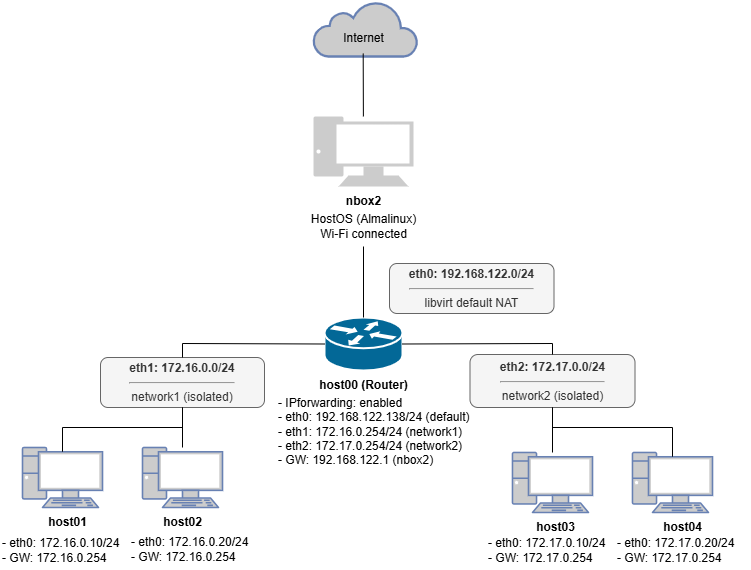
Earlier version of the draw.io export architecture/network-diagram.drawio.png (haru186f/kvm-network-lab). Source tidied: cells renumbered, new cells last; positions are measured from the earlier drawing's top-left corner, leaving out a move shared by most shapes.
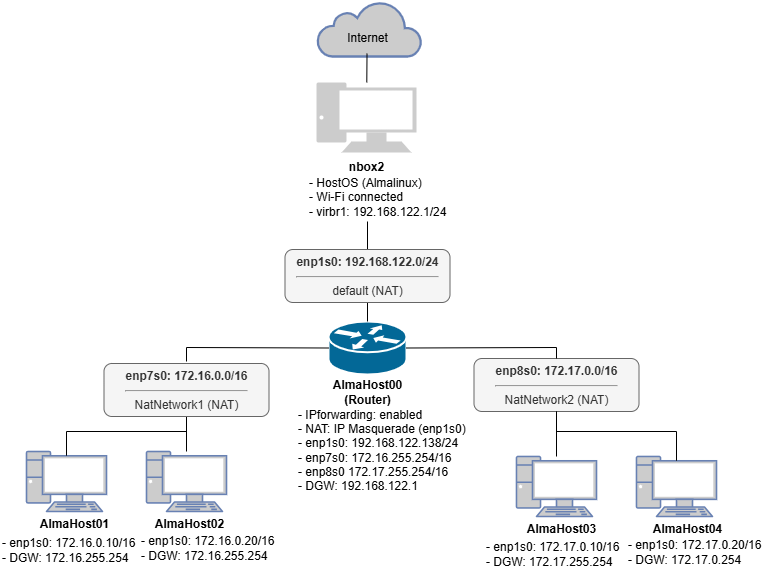
Later version of the same file.

Diff of the diagram source:
```diff
@@ -5,20 +5,15 @@
     <mxCell id="2" style="shape=mxgraph.cisco.routers.router;html=1;dashed=0;fillColor=#036897;strokeColor=#ffffff;strokeWidth=2;verticalLabelPosition=bottom;verticalAlign=top;align=center;outlineConnect=0;" parent="1" vertex="1">
       <mxGeometry x="324" y="316" width="78" height="53" as="geometry" />
     </mxCell>
-    <mxCell id="3" value="&lt;b&gt;host00 (Router)&lt;br&gt;&lt;/b&gt;" style="text;html=1;align=center;verticalAlign=middle;strokeColor=none;fillColor=none;" parent="1" vertex="1">
-      <mxGeometry x="308" y="369" width="110" height="30" as="geometry" />
+    <mxCell id="3" value="&lt;b&gt;AlmaHost00&lt;br&gt;(Router)&lt;br&gt;&lt;/b&gt;" style="text;html=1;align=center;verticalAlign=middle;strokeColor=none;fillColor=none;" parent="1" vertex="1">
+      <mxGeometry x="319.5" y="366" width="87" height="41" as="geometry" />
     </mxCell>
-    <mxCell id="4" value="&lt;b&gt;eth0: 192.168.122.0/24&lt;br&gt;&lt;/b&gt;&lt;hr&gt;libvirt default NAT" style="rounded=1;whiteSpace=wrap;html=1;fillStyle=auto;fillColor=#f5f5f5;fontColor=#333333;strokeColor=#666666;gradientColor=none;align=center;" parent="1" vertex="1">
-      <mxGeometry x="389" y="262" width="164.5" height="50" as="geometry" />
-    </mxCell>
-    <mxCell id="5" value="&lt;b&gt;eth1: 172.16.0.0/24&lt;br&gt;&lt;/b&gt;&lt;hr&gt;network1 (isolated)" style="rounded=1;whiteSpace=wrap;html=1;fillColor=#f5f5f5;fontColor=#333333;strokeColor=#666666;verticalAlign=middle;" parent="1" vertex="1">
-      <mxGeometry x="100" y="356" width="164" height="50" as="geometry" />
-    </mxCell>
-    <mxCell id="6" value="&lt;b&gt;eth2: 172.17.0.0/24&lt;/b&gt;&lt;div&gt;&lt;hr&gt;network2 (isolated)&lt;/div&gt;" style="rounded=1;whiteSpace=wrap;html=1;fillColor=#f5f5f5;fontColor=#333333;strokeColor=#666666;" parent="1" vertex="1">
+    <mxCell id="6" value="&lt;b&gt;enp8s0: 172.17.0.0/16&lt;/b&gt;&lt;div&gt;&lt;hr&gt;NatNetwork2 (NAT)&lt;/div&gt;" style="rounded=1;whiteSpace=wrap;html=1;fillColor=#f5f5f5;fontColor=#333333;strokeColor=#666666;" parent="1" vertex="1">
       <mxGeometry x="469.5" y="353" width="165" height="53" as="geometry" />
     </mxCell>
-    <mxCell id="7" style="endArrow=none;html=1;entryX=0;entryY=0.5;entryDx=0;entryDy=0;entryPerimeter=0;exitX=0.5;exitY=0;exitDx=0;exitDy=0;rounded=0;curved=0;" parent="1" edge="1" source="5" target="2">
+    <mxCell id="7" style="endArrow=none;html=1;entryX=0;entryY=0.5;entryDx=0;entryDy=0;entryPerimeter=0;exitX=0.5;exitY=0;exitDx=0;exitDy=0;rounded=0;curved=0;" parent="1" edge="1" target="2">
       <mxGeometry relative="1" as="geometry">
+        <mxPoint x="182" y="356" as="sourcePoint" />
         <Array as="points">
           <mxPoint x="182" y="342" />
         </Array>
@@ -37,16 +32,19 @@
     <mxCell id="10" style="fontColor=#0066CC;verticalAlign=top;verticalLabelPosition=bottom;labelPosition=center;align=center;html=1;outlineConnect=0;fillColor=#CCCCCC;strokeColor=#6881B3;gradientColor=none;gradientDirection=north;strokeWidth=2;shape=mxgraph.networks.pc;" parent="1" vertex="1">
       <mxGeometry x="142" y="446" width="80" height="60" as="geometry" />
     </mxCell>
-    <mxCell id="11" style="endArrow=none;html=1;entryX=0.5;entryY=1;entryDx=0;entryDy=0;exitX=0.5;exitY=0.07;exitDx=0;exitDy=0;exitPerimeter=0;rounded=0;curved=0;" parent="1" edge="1" source="9" target="5">
+    <mxCell id="11" style="endArrow=none;html=1;entryX=0.5;entryY=1;entryDx=0;entryDy=0;exitX=0.5;exitY=0.07;exitDx=0;exitDy=0;exitPerimeter=0;rounded=0;curved=0;" parent="1" edge="1" source="9">
       <mxGeometry relative="1" as="geometry">
+        <mxPoint x="182" y="406" as="targetPoint" />
         <Array as="points">
           <mxPoint x="62" y="426" />
           <mxPoint x="182" y="426" />
         </Array>
       </mxGeometry>
     </mxCell>
-    <mxCell id="12" style="endArrow=none;html=1;entryX=0.5;entryY=1;entryDx=0;entryDy=0;" parent="1" edge="1" source="10" target="5">
-      <mxGeometry relative="1" as="geometry" />
+    <mxCell id="12" style="endArrow=none;html=1;entryX=0.5;entryY=1;entryDx=0;entryDy=0;" parent="1" edge="1" source="10">
+      <mxGeometry relative="1" as="geometry">
+        <mxPoint x="182" y="406" as="targetPoint" />
+      </mxGeometry>
     </mxCell>
     <mxCell id="13" style="fontColor=#0066CC;verticalAlign=top;verticalLabelPosition=bottom;labelPosition=center;align=center;html=1;outlineConnect=0;fillColor=#CCCCCC;strokeColor=#6881B3;gradientColor=none;gradientDirection=north;strokeWidth=2;shape=mxgraph.networks.pc;" parent="1" vertex="1">
       <mxGeometry x="512" y="451" width="80" height="60" as="geometry" />
@@ -66,7 +64,7 @@
       </mxGeometry>
     </mxCell>
     <mxCell id="17" style="group;" parent="1" vertex="1">
-      <mxGeometry x="313" width="104" height="55" as="geometry" />
+      <mxGeometry x="313" y="-4" width="104" height="55" as="geometry" />
     </mxCell>
     <mxCell id="18" style="html=1;fillColor=#CCCCCC;strokeColor=#6881B3;gradientColor=none;gradientDirection=north;strokeWidth=2;shape=mxgraph.networks.cloud;fontColor=#ffffff;" parent="17" vertex="1">
       <mxGeometry width="104" height="55" as="geometry" />
@@ -75,10 +73,10 @@
       <mxGeometry x="19.6" y="22" width="60" height="30" as="geometry" />
     </mxCell>
     <mxCell id="20" style="group;" parent="1" vertex="1">
-      <mxGeometry x="298" y="115" width="130" height="130" as="geometry" />
+      <mxGeometry x="297" y="77" width="162" height="140" as="geometry" />
     </mxCell>
     <mxCell id="21" style="group;" parent="20" vertex="1">
-      <mxGeometry x="15" width="115" height="130" as="geometry" />
+      <mxGeometry x="15" width="147" height="140" as="geometry" />
     </mxCell>
     <mxCell id="22" style="fontColor=#0066CC;verticalAlign=top;verticalLabelPosition=bottom;labelPosition=center;align=center;html=1;outlineConnect=0;fillColor=#CCCCCC;strokeColor=none;gradientColor=none;gradientDirection=north;strokeWidth=2;shape=mxgraph.networks.pc;" parent="21" vertex="1">
       <mxGeometry width="100" height="70" as="geometry" />
@@ -86,41 +84,52 @@
     <mxCell id="23" value="&lt;b&gt;nbox2&lt;/b&gt;" style="text;html=1;align=center;verticalAlign=middle;strokeColor=none;fillColor=none;" parent="21" vertex="1">
       <mxGeometry x="20" y="70" width="60" height="30" as="geometry" />
     </mxCell>
-    <mxCell id="24" value="HostOS (Almalinux)&lt;br&gt;Wi-Fi connected" style="text;html=1;align=center;verticalAlign=middle;points=[];strokeColor=none;fillColor=none;" parent="21" vertex="1">
-      <mxGeometry x="-15" y="90" width="130" height="40" as="geometry" />
+    <mxCell id="24" value="- HostOS (Almalinux)&lt;br&gt;- Wi-Fi connected&lt;br&gt;- virbr1: 192.168.122.1/24" style="text;html=1;align=left;verticalAlign=middle;points=[];strokeColor=none;fillColor=none;" parent="21" vertex="1">
+      <mxGeometry x="-9" y="87" width="155" height="55" as="geometry" />
     </mxCell>
-    <mxCell id="25" value="&lt;b&gt;host01&lt;/b&gt;" style="text;html=1;align=center;verticalAlign=middle;strokeColor=none;fillColor=none;" parent="1" vertex="1">
-      <mxGeometry x="37" y="506" width="60" height="30" as="geometry" />
+    <mxCell id="25" value="&lt;b&gt;AlmaHost01&lt;/b&gt;" style="text;html=1;align=center;verticalAlign=middle;strokeColor=none;fillColor=none;" parent="1" vertex="1">
+      <mxGeometry x="26" y="506" width="87" height="26" as="geometry" />
     </mxCell>
-    <mxCell id="26" value="&lt;b&gt;host04&lt;/b&gt;" style="text;html=1;align=center;verticalAlign=middle;strokeColor=none;fillColor=none;" parent="1" vertex="1">
-      <mxGeometry x="652" y="511" width="60" height="30" as="geometry" />
+    <mxCell id="26" value="&lt;b&gt;AlmaHost04&lt;/b&gt;" style="text;html=1;align=center;verticalAlign=middle;strokeColor=none;fillColor=none;" parent="1" vertex="1">
+      <mxGeometry x="639" y="511" width="87" height="26" as="geometry" />
     </mxCell>
-    <mxCell id="27" value="&lt;b&gt;host03&lt;/b&gt;" style="text;html=1;align=center;verticalAlign=middle;strokeColor=none;fillColor=none;" parent="1" vertex="1">
-      <mxGeometry x="525" y="511" width="60" height="30" as="geometry" />
+    <mxCell id="27" value="&lt;b&gt;AlmaHost03&lt;/b&gt;" style="text;html=1;align=center;verticalAlign=middle;strokeColor=none;fillColor=none;" parent="1" vertex="1">
+      <mxGeometry x="513" y="511" width="87" height="26" as="geometry" />
     </mxCell>
-    <mxCell id="28" value="&lt;b&gt;host02&lt;/b&gt;" style="text;html=1;align=center;verticalAlign=middle;strokeColor=none;fillColor=none;" parent="1" vertex="1">
-      <mxGeometry x="152" y="506" width="60" height="30" as="geometry" />
+    <mxCell id="28" value="&lt;b&gt;AlmaHost02&lt;/b&gt;" style="text;html=1;align=center;verticalAlign=middle;strokeColor=none;fillColor=none;" parent="1" vertex="1">
+      <mxGeometry x="141" y="506" width="87" height="26" as="geometry" />
     </mxCell>
-    <mxCell id="29" value="- eth0: 172.16.0.20/24&lt;br&gt;- GW: 172.16.0.254" style="text;html=1;align=left;verticalAlign=middle;strokeColor=none;fillColor=none;" parent="1" vertex="1">
-      <mxGeometry x="129" y="527" width="135" height="41" as="geometry" />
+    <mxCell id="29" value="- enp1s0: 172.16.0.20/16&lt;br&gt;- DGW: 172.16.255.254" style="text;html=1;align=left;verticalAlign=middle;strokeColor=none;fillColor=none;" parent="1" vertex="1">
+      <mxGeometry x="135" y="522" width="151" height="41" as="geometry" />
     </mxCell>
-    <mxCell id="30" value="- eth0: 172.17.0.10/24&lt;br&gt;- GW: 172.17.0.254" style="text;html=1;align=left;verticalAlign=middle;strokeColor=none;fillColor=none;" parent="1" vertex="1">
-      <mxGeometry x="486" y="528" width="135" height="41" as="geometry" />
+    <mxCell id="30" value="- enp1s0: 172.17.0.10/16&lt;br&gt;- DGW: 172.17.255.254" style="text;html=1;align=left;verticalAlign=middle;strokeColor=none;fillColor=none;" parent="1" vertex="1">
+      <mxGeometry x="480" y="528" width="151" height="41" as="geometry" />
     </mxCell>
     <mxCell id="31" style="html=1;rounded=0;curved=0;endArrow=none;endFill=0;" parent="1" edge="1" source="19" target="22">
       <mxGeometry relative="1" as="geometry" />
     </mxCell>
-    <mxCell id="32" style="edgeStyle=none;html=1;entryX=0.5;entryY=0;entryDx=0;entryDy=0;entryPerimeter=0;endArrow=none;endFill=0;rounded=0;curved=0;" parent="1" edge="1" source="24" target="2">
+    <mxCell id="32" style="edgeStyle=none;html=1;entryX=0.5;entryY=0;entryDx=0;entryDy=0;entryPerimeter=0;endArrow=none;endFill=0;rounded=0;curved=0;" parent="1" edge="1" source="38" target="2">
       <mxGeometry relative="1" as="geometry" />
     </mxCell>
-    <mxCell id="33" value="- eth0: 172.16.0.10/24&lt;br&gt;- GW: 172.16.0.254" style="text;html=1;align=left;verticalAlign=middle;strokeColor=none;fillColor=none;" parent="1" vertex="1">
-      <mxGeometry x="-0.5" y="528" width="135" height="41" as="geometry" />
+    <mxCell id="33" value="- enp1s0: 172.16.0.10/16&lt;br&gt;- DGW: 172.16.255.254" style="text;html=1;align=left;verticalAlign=middle;strokeColor=none;fillColor=none;" parent="1" vertex="1">
+      <mxGeometry x="-4.5" y="524" width="151" height="41" as="geometry" />
     </mxCell>
-    <mxCell id="34" value="&lt;span style=&quot;background-color: transparent;&quot;&gt;&lt;font style=&quot;color: rgb(0, 0, 0);&quot;&gt;&lt;p style=&quot;&quot;&gt;&lt;span style=&quot;background-color: transparent;&quot;&gt;&lt;br&gt;&lt;/span&gt;&lt;/p&gt;&lt;p style=&quot;&quot;&gt;&lt;span style=&quot;background-color: transparent;&quot;&gt;&lt;font style=&quot;color: rgb(0, 0, 0);&quot;&gt;- IPforwarding: enabled&lt;br&gt;- eth0: 192.168.122.138/24 (default)&lt;br&gt;- eth1: 172.16.0.254/24 (network1)&lt;br&gt;- eth2: 172.17.0.254/24 (network2)&lt;br&gt;&lt;/font&gt;&lt;/span&gt;&lt;span style=&quot;background-color: transparent;&quot;&gt;&lt;font style=&quot;color: rgb(0, 0, 0);&quot;&gt;- GW: 192.168.122.1 (nbox2)&lt;/font&gt;&lt;/span&gt;&lt;/p&gt;&lt;/font&gt;&lt;/span&gt;" style="text;html=1;align=left;verticalAlign=middle;strokeColor=none;fillColor=none;" parent="1" vertex="1">
-      <mxGeometry x="276" y="350" width="209" height="134" as="geometry" />
+    <mxCell id="34" value="&lt;span style=&quot;background-color: transparent;&quot;&gt;&lt;font style=&quot;color: rgb(0, 0, 0);&quot;&gt;&lt;p style=&quot;&quot;&gt;&lt;span style=&quot;background-color: transparent;&quot;&gt;&lt;br&gt;&lt;/span&gt;&lt;/p&gt;&lt;p style=&quot;&quot;&gt;&lt;span style=&quot;background-color: transparent;&quot;&gt;&lt;font style=&quot;color: rgb(0, 0, 0);&quot;&gt;- IPforwarding: enabled&lt;br&gt;&lt;/font&gt;&lt;/span&gt;&lt;span style=&quot;background-color: transparent;&quot;&gt;&lt;font style=&quot;color: rgb(0, 0, 0);&quot;&gt;- NAT: IP Masquerade (enp1s0)&lt;br&gt;- enp1s0: 192.168.122.138/24&lt;br&gt;- enp7s0: 172.16.255.254/16&lt;br&gt;- enp8s0 172.17.255.254/16&lt;br&gt;&lt;/font&gt;&lt;/span&gt;&lt;span style=&quot;background-color: transparent;&quot;&gt;&lt;font style=&quot;color: rgb(0, 0, 0);&quot;&gt;- DGW: 192.168.122.1&lt;/font&gt;&lt;/span&gt;&lt;/p&gt;&lt;/font&gt;&lt;/span&gt;" style="text;html=1;align=left;verticalAlign=middle;strokeColor=none;fillColor=none;" parent="1" vertex="1">
+      <mxGeometry x="292" y="358" width="186" height="149" as="geometry" />
     </mxCell>
-    <mxCell id="35" value="- eth0: 172.17.0.20/24&lt;br&gt;- GW: 172.17.0.254" style="text;html=1;align=left;verticalAlign=middle;strokeColor=none;fillColor=none;" parent="1" vertex="1">
-      <mxGeometry x="614.5" y="528" width="135" height="41" as="geometry" />
+    <mxCell id="35" value="- enp1s0: 172.17.0.20/16&lt;br&gt;- DGW: 172.17.0.254" style="text;html=1;align=left;verticalAlign=middle;strokeColor=none;fillColor=none;" parent="1" vertex="1">
+      <mxGeometry x="622" y="526" width="151" height="41" as="geometry" />
     </mxCell>
+    <mxCell id="36" value="&lt;b&gt;enp7s0: 172.16.0.0/16&lt;/b&gt;&lt;div&gt;&lt;hr&gt;NatNetwork1 (NAT)&lt;/div&gt;" style="rounded=1;whiteSpace=wrap;html=1;fillColor=#f5f5f5;fontColor=#333333;strokeColor=#666666;" parent="1" vertex="1">
+      <mxGeometry x="99.5" y="358" width="165" height="53" as="geometry" />
+    </mxCell>
+    <mxCell id="37" style="edgeStyle=none;html=1;entryX=0.5;entryY=0;entryDx=0;entryDy=0;endArrow=none;endFill=0;rounded=0;curved=0;" parent="1" edge="1" target="38">
+      <mxGeometry relative="1" as="geometry">
+        <mxPoint x="363" y="216" as="sourcePoint" />
+      </mxGeometry>
+    </mxCell>
+    <mxCell id="38" value="&lt;b&gt;enp1s0: 192.168.122.0/24&lt;/b&gt;&lt;div&gt;&lt;hr&gt;default (NAT)&lt;/div&gt;" style="rounded=1;whiteSpace=wrap;html=1;fillColor=#f5f5f5;fontColor=#333333;strokeColor=#666666;" parent="1" vertex="1">
+      <mxGeometry x="280.5" y="244" width="165" height="53" as="geometry" />
+    </mxCell>
   </root>
 </mxGraphModel>
```
